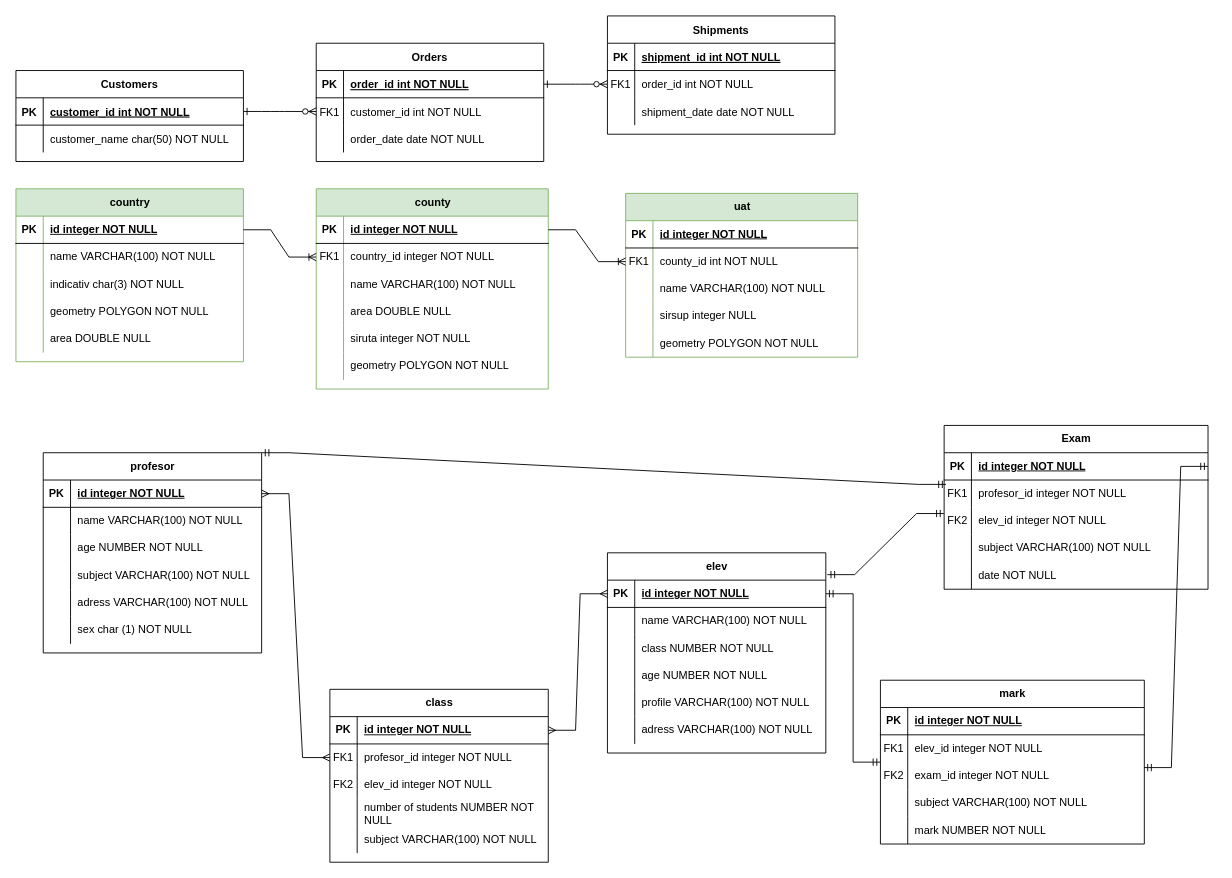
Fabbye3737/modelare_db keeps this draw.io diagram as Diagramă conceptuală.drawio. Above is the earlier version. Source tidied: cells renumbered, new cells numbered last; positions are measured from the earlier drawing's top-left corner, leaving out a move shared by most shapes. Both pictures are drawn from the tidied source at 91%, with x=0, y=0 at pixel (15, 15).
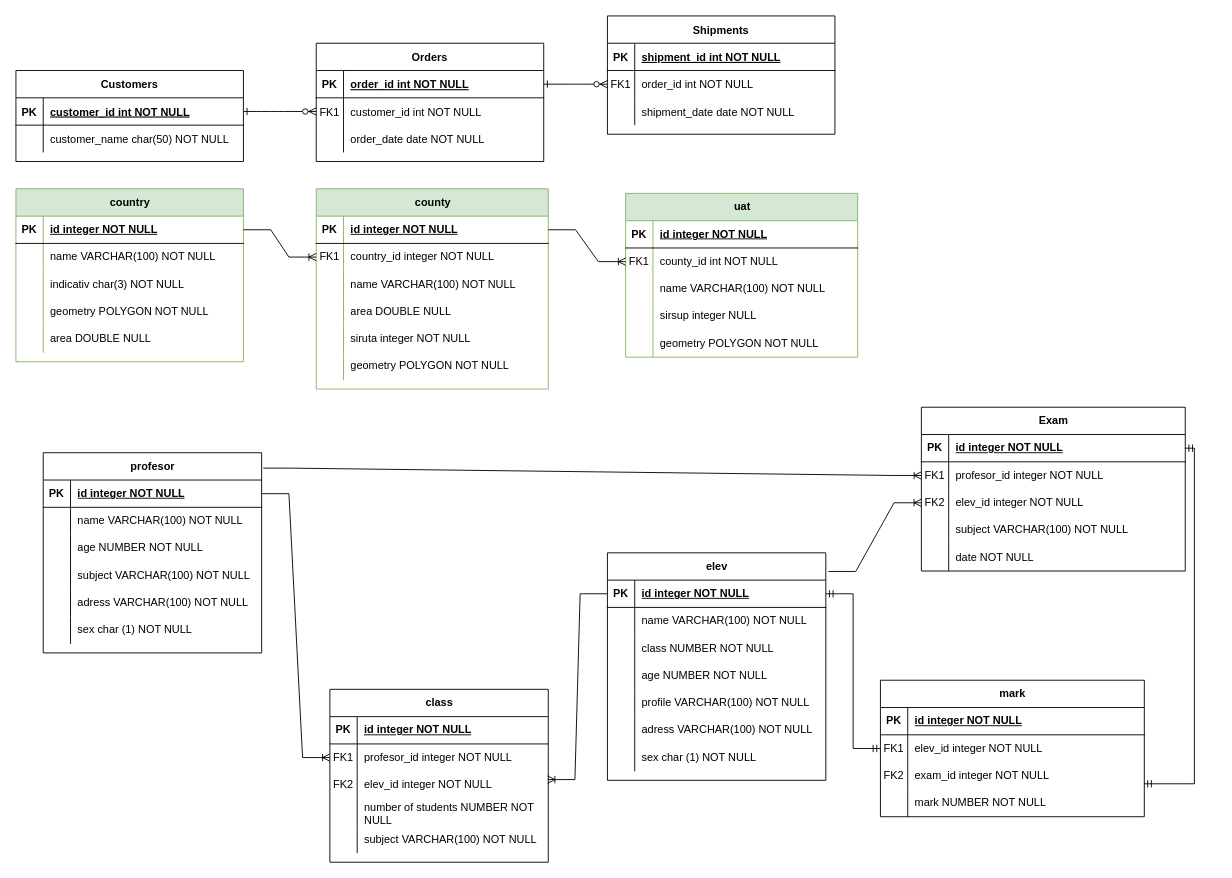
After the change.

The change refers to these unchanged cells:
```xml
<mxCell id="85" style="shape=tableRow;horizontal=0;startSize=0;swimlaneHead=0;swimlaneBody=0;fillColor=none;points=[[0,0.5],[1,0.5]];portConstraint=eastwest;top=0;left=0;right=0;bottom=1;" parent="84" vertex="1">
  <mxGeometry y="30" width="240" height="30" as="geometry" />
</mxCell>
<mxCell id="103" value="profesor" style="shape=table;startSize=30;childLayout=tableLayout;rowLines=0;fontStyle=1;align=center;html=1;" parent="1" vertex="1">
  <mxGeometry x="30" y="480" width="240" height="220" as="geometry" />
</mxCell>
<mxCell id="104" style="shape=tableRow;horizontal=0;startSize=0;swimlaneHead=0;swimlaneBody=0;fillColor=none;points=[[0,0.5],[1,0.5]];portConstraint=eastwest;top=0;left=0;right=0;bottom=1;" parent="103" vertex="1">
  <mxGeometry y="30" width="240" height="30" as="geometry" />
</mxCell>
<mxCell id="126" style="shape=tableRow;horizontal=0;startSize=0;swimlaneHead=0;swimlaneBody=0;fillColor=none;points=[[0,0.5],[1,0.5]];portConstraint=eastwest;top=0;left=0;right=0;bottom=0;" parent="122" vertex="1">
  <mxGeometry y="60" width="290" height="30" as="geometry" />
</mxCell>
<mxCell id="129" style="shape=tableRow;horizontal=0;startSize=0;swimlaneHead=0;swimlaneBody=0;fillColor=none;points=[[0,0.5],[1,0.5]];portConstraint=eastwest;top=0;left=0;right=0;bottom=0;" parent="122" vertex="1">
  <mxGeometry y="90" width="290" height="30" as="geometry" />
</mxCell>
<mxCell id="139" style="shape=tableRow;horizontal=0;startSize=0;swimlaneHead=0;swimlaneBody=0;fillColor=none;points=[[0,0.5],[1,0.5]];portConstraint=eastwest;top=0;left=0;right=0;bottom=1;" parent="138" vertex="1">
  <mxGeometry y="30" width="240" height="30" as="geometry" />
</mxCell>
<mxCell id="142" style="shape=tableRow;horizontal=0;startSize=0;swimlaneHead=0;swimlaneBody=0;fillColor=none;points=[[0,0.5],[1,0.5]];portConstraint=eastwest;top=0;left=0;right=0;bottom=0;" parent="138" vertex="1">
  <mxGeometry y="60" width="240" height="30" as="geometry" />
</mxCell>
<mxCell id="145" style="shape=tableRow;horizontal=0;startSize=0;swimlaneHead=0;swimlaneBody=0;fillColor=none;points=[[0,0.5],[1,0.5]];portConstraint=eastwest;top=0;left=0;right=0;bottom=0;" parent="138" vertex="1">
  <mxGeometry y="90" width="240" height="30" as="geometry" />
</mxCell>
<mxCell id="158" style="shape=tableRow;horizontal=0;startSize=0;swimlaneHead=0;swimlaneBody=0;fillColor=none;points=[[0,0.5],[1,0.5]];portConstraint=eastwest;top=0;left=0;right=0;bottom=1;" parent="157" vertex="1">
  <mxGeometry y="30" width="290" height="30" as="geometry" />
</mxCell>
<mxCell id="161" style="shape=tableRow;horizontal=0;startSize=0;swimlaneHead=0;swimlaneBody=0;fillColor=none;points=[[0,0.5],[1,0.5]];portConstraint=eastwest;top=0;left=0;right=0;bottom=0;" parent="157" vertex="1">
  <mxGeometry y="60" width="290" height="30" as="geometry" />
</mxCell>
<mxCell id="164" style="shape=tableRow;horizontal=0;startSize=0;swimlaneHead=0;swimlaneBody=0;fillColor=none;points=[[0,0.5],[1,0.5]];portConstraint=eastwest;top=0;left=0;right=0;bottom=0;" parent="157" vertex="1">
  <mxGeometry y="90" width="290" height="30" as="geometry" />
</mxCell>
```

Change to the diagram source:
```diff
@@
     <mxCell id="84" value="elev" style="shape=table;startSize=30;childLayout=tableLayout;rowLines=0;fontStyle=1;align=center;html=1;" parent="1" vertex="1">
-      <mxGeometry x="650" y="590" width="240" height="220" as="geometry" />
+      <mxGeometry x="650" y="590" width="240" height="250" as="geometry" />
     </mxCell>
@@
+    <mxCell id="176" style="shape=tableRow;horizontal=0;startSize=0;swimlaneHead=0;swimlaneBody=0;fillColor=none;top=0;left=0;right=0;bottom=0;" parent="84" vertex="1">
+      <mxGeometry y="210" width="240" height="30" as="geometry" />
+    </mxCell>
+    <mxCell id="133" style="shape=partialRectangle;fillColor=none;top=0;left=0;bottom=0;right=0;overflow=hidden;whiteSpace=wrap;html=1;" parent="176" vertex="1">
+      <mxGeometry width="30" height="30" as="geometry" />
+    </mxCell>
+    <mxCell id="177" value="sex char (1) NOT NULL" style="shape=partialRectangle;fillColor=none;top=0;left=0;bottom=0;right=0;align=left;spacingLeft=6;overflow=hidden;whiteSpace=wrap;html=1;" parent="176" vertex="1">
+      <mxGeometry x="30" width="210" height="30" as="geometry" />
+    </mxCell>
@@
     <mxCell id="122" value="mark" style="shape=table;startSize=30;childLayout=tableLayout;rowLines=0;fontStyle=1;align=center;html=1;" parent="1" vertex="1">
-      <mxGeometry x="950" y="730" width="290" height="180" as="geometry" />
+      <mxGeometry x="950" y="730" width="290" height="150" as="geometry" />
     </mxCell>
@@
-    <mxCell id="132" style="shape=tableRow;horizontal=0;startSize=0;swimlaneHead=0;swimlaneBody=0;fillColor=none;top=0;left=0;right=0;bottom=0;" parent="122" vertex="1">
-      <mxGeometry y="120" width="290" height="30" as="geometry" />
-    </mxCell>
-    <mxCell id="133" style="shape=partialRectangle;fillColor=none;top=0;left=0;bottom=0;right=0;overflow=hidden;whiteSpace=wrap;html=1;" parent="132" vertex="1">
-      <mxGeometry width="30" height="30" as="geometry" />
-    </mxCell>
-    <mxCell id="134" value="subject VARCHAR(100) NOT NULL" style="shape=partialRectangle;fillColor=none;top=0;left=0;bottom=0;right=0;align=left;spacingLeft=6;overflow=hidden;whiteSpace=wrap;html=1;" parent="132" vertex="1">
-      <mxGeometry x="30" width="260" height="30" as="geometry" />
-    </mxCell>
     <mxCell id="135" style="shape=tableRow;horizontal=0;startSize=0;swimlaneHead=0;swimlaneBody=0;fillColor=none;top=0;left=0;right=0;bottom=0;" parent="122" vertex="1">
-      <mxGeometry y="150" width="290" height="30" as="geometry" />
+      <mxGeometry y="120" width="290" height="30" as="geometry" />
     </mxCell>
@@
-    <mxCell id="154" style="edgeStyle=entityRelationEdgeStyle;fontSize=12;html=1;endArrow=ERmany;startArrow=ERmany;rounded=0;exitX=1;exitY=0.5;exitDx=0;exitDy=0;entryX=0;entryY=0.5;entryDx=0;entryDy=0;" parent="1" edge="1" source="104" target="142">
-      <mxGeometry relative="1" as="geometry" />
-    </mxCell>
-    <mxCell id="155" style="edgeStyle=entityRelationEdgeStyle;fontSize=12;html=1;endArrow=ERmany;startArrow=ERmany;rounded=0;exitX=0;exitY=0.5;exitDx=0;exitDy=0;entryX=1;entryY=0.5;entryDx=0;entryDy=0;" parent="1" edge="1" source="85" target="139">
-      <mxGeometry relative="1" as="geometry" />
-    </mxCell>
-    <mxCell id="156" style="edgeStyle=entityRelationEdgeStyle;fontSize=12;html=1;endArrow=ERmandOne;startArrow=ERmandOne;rounded=0;exitX=1;exitY=0.5;exitDx=0;exitDy=0;entryX=0;entryY=0.5;entryDx=0;entryDy=0;" parent="1" edge="1" source="85" target="122">
+    <mxCell id="156" style="edgeStyle=entityRelationEdgeStyle;fontSize=12;html=1;endArrow=ERmandOne;startArrow=ERmandOne;rounded=0;exitX=1;exitY=0.5;exitDx=0;exitDy=0;entryX=0;entryY=0.5;entryDx=0;entryDy=0;" parent="1" edge="1" source="85" target="126">
       <mxGeometry relative="1" as="geometry" />
     </mxCell>
     <mxCell id="157" value="Exam" style="shape=table;startSize=30;childLayout=tableLayout;rowLines=0;fontStyle=1;align=center;html=1;" parent="1" vertex="1">
-      <mxGeometry x="1020" y="450" width="290" height="180" as="geometry" />
+      <mxGeometry x="995" y="430" width="290" height="180" as="geometry" />
     </mxCell>
@@
-    <mxCell id="173" style="edgeStyle=entityRelationEdgeStyle;fontSize=12;html=1;endArrow=ERmandOne;startArrow=ERmandOne;rounded=0;exitX=1;exitY=0.5;exitDx=0;exitDy=0;entryX=0.999;entryY=0.2;entryDx=0;entryDy=0;entryPerimeter=0;" parent="1" edge="1" source="158" target="129">
+    <mxCell id="173" style="edgeStyle=orthogonalEdgeStyle;fontSize=12;html=1;endArrow=ERmandOne;startArrow=ERmandOne;rounded=0;exitX=1;exitY=0.5;exitDx=0;exitDy=0;entryX=0.999;entryY=0.794;entryDx=0;entryDy=0;entryPerimeter=0;" parent="1" edge="1" source="158" target="129">
       <mxGeometry relative="1" as="geometry" />
     </mxCell>
+    <mxCell id="175" style="edgeStyle=entityRelationEdgeStyle;fontSize=12;html=1;endArrow=ERoneToMany;rounded=0;exitX=1.008;exitY=0.077;exitDx=0;exitDy=0;exitPerimeter=0;entryX=0;entryY=0.5;entryDx=0;entryDy=0;" parent="1" edge="1" source="103" target="161">
+      <mxGeometry relative="1" as="geometry" />
+    </mxCell>
-    <mxCell id="174" style="edgeStyle=entityRelationEdgeStyle;fontSize=12;html=1;endArrow=ERmandOne;startArrow=ERmandOne;rounded=0;exitX=1.007;exitY=0.109;exitDx=0;exitDy=0;entryX=-0.001;entryY=0.227;entryDx=0;entryDy=0;entryPerimeter=0;exitPerimeter=0;" parent="1" edge="1" source="84" target="164">
+    <mxCell id="174" style="edgeStyle=entityRelationEdgeStyle;fontSize=12;html=1;endArrow=ERoneToMany;rounded=0;exitX=1.012;exitY=0.082;exitDx=0;exitDy=0;exitPerimeter=0;" parent="1" edge="1" source="84" target="164">
       <mxGeometry relative="1" as="geometry" />
     </mxCell>
-    <mxCell id="175" style="edgeStyle=entityRelationEdgeStyle;fontSize=12;html=1;endArrow=ERmandOne;startArrow=ERmandOne;rounded=0;exitX=1;exitY=0;exitDx=0;exitDy=0;entryX=0.007;entryY=0.16;entryDx=0;entryDy=0;entryPerimeter=0;" parent="1" edge="1" source="103" target="161">
-      <mxGeometry relative="1" as="geometry" />
-    </mxCell>
+    <mxCell id="154" style="edgeStyle=entityRelationEdgeStyle;fontSize=12;html=1;endArrow=ERoneToMany;rounded=0;exitX=1;exitY=0.5;exitDx=0;exitDy=0;entryX=0;entryY=0.5;entryDx=0;entryDy=0;" parent="1" edge="1" source="104" target="142">
+      <mxGeometry relative="1" as="geometry" />
+    </mxCell>
+    <mxCell id="178" style="edgeStyle=entityRelationEdgeStyle;fontSize=12;html=1;endArrow=ERoneToMany;rounded=0;entryX=0.997;entryY=0.306;entryDx=0;entryDy=0;exitX=0;exitY=0.5;exitDx=0;exitDy=0;entryPerimeter=0;" parent="1" edge="1" source="85" target="145">
+      <mxGeometry relative="1" as="geometry" />
+    </mxCell>
```
